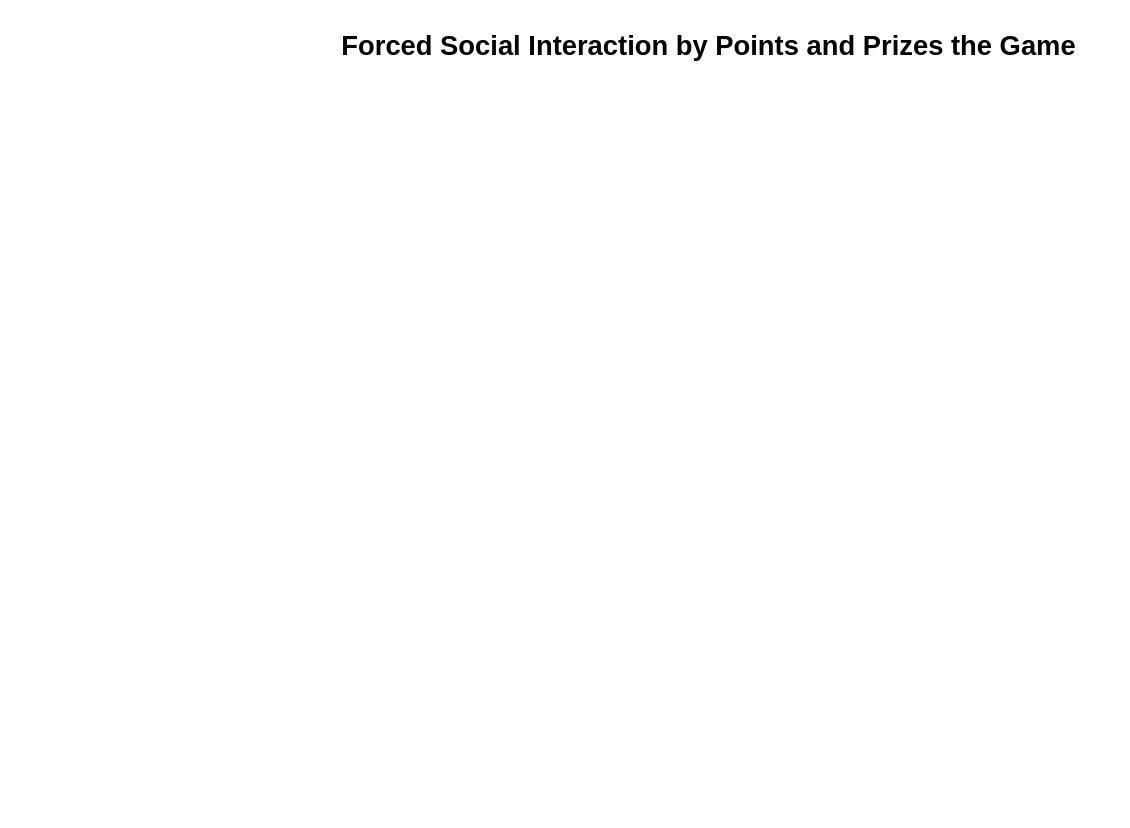
The draw.io diagram ER Diagram.drawio in austin-alberd/Conference-Badge-Scan-Webapp, before the edit. Source tidied: cells renumbered, new cells numbered last; positions are measured from the earlier drawing's top-left corner, leaving out a move shared by most shapes. Both pictures are drawn from the tidied source at 144%, with x=0, y=0 at pixel (312, 24).
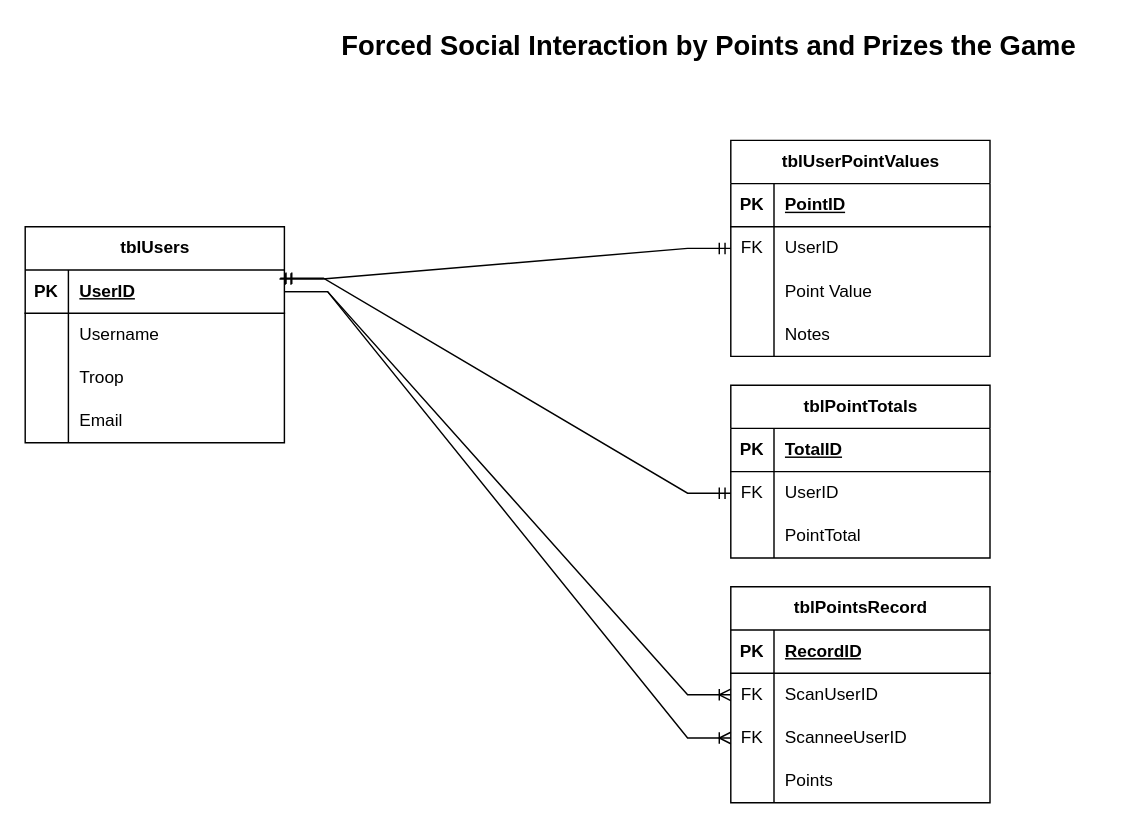
Above is the later version.

Change to the diagram source:
```diff
@@
+    <mxCell id="3" value="tblUsers" style="shape=table;startSize=30;childLayout=tableLayout;rowLines=0;fontStyle=1;align=center;html=1;" parent="1" vertex="1">
+      <mxGeometry x="-200" y="140" width="180" height="150" as="geometry" />
+    </mxCell>
+    <mxCell id="4" style="shape=tableRow;horizontal=0;startSize=0;swimlaneHead=0;swimlaneBody=0;fillColor=none;points=[[0,0.5],[1,0.5]];portConstraint=eastwest;top=0;left=0;right=0;bottom=1;" parent="3" vertex="1">
+      <mxGeometry y="30" width="180" height="30" as="geometry" />
+    </mxCell>
+    <mxCell id="5" value="PK" style="shape=partialRectangle;fillColor=none;top=0;left=0;bottom=0;right=0;fontStyle=1;overflow=hidden;whiteSpace=wrap;html=1;" parent="4" vertex="1">
+      <mxGeometry width="30" height="30" as="geometry" />
+    </mxCell>
+    <mxCell id="6" value="UserID" style="shape=partialRectangle;fillColor=none;top=0;left=0;bottom=0;right=0;align=left;spacingLeft=6;fontStyle=5;overflow=hidden;whiteSpace=wrap;html=1;" parent="4" vertex="1">
+      <mxGeometry x="30" width="150" height="30" as="geometry" />
+    </mxCell>
+    <mxCell id="7" style="shape=tableRow;horizontal=0;startSize=0;swimlaneHead=0;swimlaneBody=0;fillColor=none;top=0;left=0;right=0;bottom=0;" parent="3" vertex="1">
+      <mxGeometry y="60" width="180" height="30" as="geometry" />
+    </mxCell>
+    <mxCell id="8" style="shape=partialRectangle;fillColor=none;top=0;left=0;bottom=0;right=0;overflow=hidden;whiteSpace=wrap;html=1;" parent="7" vertex="1">
+      <mxGeometry width="30" height="30" as="geometry" />
+    </mxCell>
+    <mxCell id="9" value="Username" style="shape=partialRectangle;fillColor=none;top=0;left=0;bottom=0;right=0;align=left;spacingLeft=6;overflow=hidden;whiteSpace=wrap;html=1;" parent="7" vertex="1">
+      <mxGeometry x="30" width="150" height="30" as="geometry" />
+    </mxCell>
+    <mxCell id="10" style="shape=tableRow;horizontal=0;startSize=0;swimlaneHead=0;swimlaneBody=0;fillColor=none;top=0;left=0;right=0;bottom=0;" parent="3" vertex="1">
+      <mxGeometry y="90" width="180" height="30" as="geometry" />
+    </mxCell>
+    <mxCell id="11" style="shape=partialRectangle;fillColor=none;top=0;left=0;bottom=0;right=0;overflow=hidden;whiteSpace=wrap;html=1;" parent="10" vertex="1">
+      <mxGeometry width="30" height="30" as="geometry" />
+    </mxCell>
+    <mxCell id="12" value="Troop" style="shape=partialRectangle;fillColor=none;top=0;left=0;bottom=0;right=0;align=left;spacingLeft=6;overflow=hidden;whiteSpace=wrap;html=1;" parent="10" vertex="1">
+      <mxGeometry x="30" width="150" height="30" as="geometry" />
+    </mxCell>
+    <mxCell id="13" style="shape=tableRow;horizontal=0;startSize=0;swimlaneHead=0;swimlaneBody=0;fillColor=none;top=0;left=0;right=0;bottom=0;" parent="3" vertex="1">
+      <mxGeometry y="120" width="180" height="30" as="geometry" />
+    </mxCell>
+    <mxCell id="14" style="shape=partialRectangle;fillColor=none;top=0;left=0;bottom=0;right=0;overflow=hidden;whiteSpace=wrap;html=1;" parent="13" vertex="1">
+      <mxGeometry width="30" height="30" as="geometry" />
+    </mxCell>
+    <mxCell id="15" value="Email" style="shape=partialRectangle;fillColor=none;top=0;left=0;bottom=0;right=0;align=left;spacingLeft=6;overflow=hidden;whiteSpace=wrap;html=1;" parent="13" vertex="1">
+      <mxGeometry x="30" width="150" height="30" as="geometry" />
+    </mxCell>
+    <mxCell id="16" value="tblUserPointValues" style="shape=table;startSize=30;childLayout=tableLayout;rowLines=0;fontStyle=1;align=center;html=1;" parent="1" vertex="1">
+      <mxGeometry x="290" y="80" width="180" height="150" as="geometry" />
+    </mxCell>
+    <mxCell id="17" style="shape=tableRow;horizontal=0;startSize=0;swimlaneHead=0;swimlaneBody=0;fillColor=none;top=0;left=0;right=0;bottom=1;" parent="16" vertex="1">
+      <mxGeometry y="30" width="180" height="30" as="geometry" />
+    </mxCell>
+    <mxCell id="18" value="PK" style="shape=partialRectangle;fillColor=none;top=0;left=0;bottom=0;right=0;fontStyle=1;overflow=hidden;whiteSpace=wrap;html=1;" parent="17" vertex="1">
+      <mxGeometry width="30" height="30" as="geometry" />
+    </mxCell>
+    <mxCell id="19" value="PointID" style="shape=partialRectangle;fillColor=none;top=0;left=0;bottom=0;right=0;align=left;spacingLeft=6;fontStyle=5;overflow=hidden;whiteSpace=wrap;html=1;" parent="17" vertex="1">
+      <mxGeometry x="30" width="150" height="30" as="geometry" />
+    </mxCell>
+    <mxCell id="20" style="shape=tableRow;horizontal=0;startSize=0;swimlaneHead=0;swimlaneBody=0;fillColor=none;points=[[0,0.5],[1,0.5]];portConstraint=eastwest;top=0;left=0;right=0;bottom=0;" parent="16" vertex="1">
+      <mxGeometry y="60" width="180" height="30" as="geometry" />
+    </mxCell>
+    <mxCell id="21" value="FK" style="shape=partialRectangle;fillColor=none;top=0;left=0;bottom=0;right=0;overflow=hidden;whiteSpace=wrap;html=1;" parent="20" vertex="1">
+      <mxGeometry width="30" height="30" as="geometry" />
+    </mxCell>
+    <mxCell id="22" value="UserID" style="shape=partialRectangle;fillColor=none;top=0;left=0;bottom=0;right=0;align=left;spacingLeft=6;overflow=hidden;whiteSpace=wrap;html=1;" parent="20" vertex="1">
+      <mxGeometry x="30" width="150" height="30" as="geometry" />
+    </mxCell>
+    <mxCell id="23" style="shape=tableRow;horizontal=0;startSize=0;swimlaneHead=0;swimlaneBody=0;fillColor=none;top=0;left=0;right=0;bottom=0;" parent="16" vertex="1">
+      <mxGeometry y="90" width="180" height="30" as="geometry" />
+    </mxCell>
+    <mxCell id="24" style="shape=partialRectangle;fillColor=none;top=0;left=0;bottom=0;right=0;overflow=hidden;whiteSpace=wrap;html=1;" parent="23" vertex="1">
+      <mxGeometry width="30" height="30" as="geometry" />
+    </mxCell>
+    <mxCell id="25" value="Point Value" style="shape=partialRectangle;fillColor=none;top=0;left=0;bottom=0;right=0;align=left;spacingLeft=6;overflow=hidden;whiteSpace=wrap;html=1;" parent="23" vertex="1">
+      <mxGeometry x="30" width="150" height="30" as="geometry" />
+    </mxCell>
+    <mxCell id="26" style="shape=tableRow;horizontal=0;startSize=0;swimlaneHead=0;swimlaneBody=0;fillColor=none;top=0;left=0;right=0;bottom=0;" parent="16" vertex="1">
+      <mxGeometry y="120" width="180" height="30" as="geometry" />
+    </mxCell>
+    <mxCell id="27" style="shape=partialRectangle;fillColor=none;top=0;left=0;bottom=0;right=0;overflow=hidden;whiteSpace=wrap;html=1;" parent="26" vertex="1">
+      <mxGeometry width="30" height="30" as="geometry" />
+    </mxCell>
+    <mxCell id="28" value="Notes" style="shape=partialRectangle;fillColor=none;top=0;left=0;bottom=0;right=0;align=left;spacingLeft=6;overflow=hidden;whiteSpace=wrap;html=1;" parent="26" vertex="1">
+      <mxGeometry x="30" width="150" height="30" as="geometry" />
+    </mxCell>
+    <mxCell id="29" value="tblPointTotals" style="shape=table;startSize=30;childLayout=tableLayout;rowLines=0;fontStyle=1;align=center;html=1;" parent="1" vertex="1">
+      <mxGeometry x="290" y="250" width="180" height="120" as="geometry" />
+    </mxCell>
+    <mxCell id="30" style="shape=tableRow;horizontal=0;startSize=0;swimlaneHead=0;swimlaneBody=0;fillColor=none;top=0;left=0;right=0;bottom=1;" parent="29" vertex="1">
+      <mxGeometry y="30" width="180" height="30" as="geometry" />
+    </mxCell>
+    <mxCell id="31" value="PK" style="shape=partialRectangle;fillColor=none;top=0;left=0;bottom=0;right=0;fontStyle=1;overflow=hidden;whiteSpace=wrap;html=1;" parent="30" vertex="1">
+      <mxGeometry width="30" height="30" as="geometry" />
+    </mxCell>
+    <mxCell id="32" value="TotalID" style="shape=partialRectangle;fillColor=none;top=0;left=0;bottom=0;right=0;align=left;spacingLeft=6;fontStyle=5;overflow=hidden;whiteSpace=wrap;html=1;" parent="30" vertex="1">
+      <mxGeometry x="30" width="150" height="30" as="geometry" />
+    </mxCell>
+    <mxCell id="33" style="shape=tableRow;horizontal=0;startSize=0;swimlaneHead=0;swimlaneBody=0;fillColor=none;points=[[0,0.5],[1,0.5]];portConstraint=eastwest;top=0;left=0;right=0;bottom=0;" parent="29" vertex="1">
+      <mxGeometry y="60" width="180" height="30" as="geometry" />
+    </mxCell>
+    <mxCell id="34" value="FK" style="shape=partialRectangle;fillColor=none;top=0;left=0;bottom=0;right=0;overflow=hidden;whiteSpace=wrap;html=1;" parent="33" vertex="1">
+      <mxGeometry width="30" height="30" as="geometry" />
+    </mxCell>
+    <mxCell id="35" value="UserID" style="shape=partialRectangle;fillColor=none;top=0;left=0;bottom=0;right=0;align=left;spacingLeft=6;overflow=hidden;whiteSpace=wrap;html=1;" parent="33" vertex="1">
+      <mxGeometry x="30" width="150" height="30" as="geometry" />
+    </mxCell>
+    <mxCell id="36" style="shape=tableRow;horizontal=0;startSize=0;swimlaneHead=0;swimlaneBody=0;fillColor=none;top=0;left=0;right=0;bottom=0;" parent="29" vertex="1">
+      <mxGeometry y="90" width="180" height="30" as="geometry" />
+    </mxCell>
+    <mxCell id="37" style="shape=partialRectangle;fillColor=none;top=0;left=0;bottom=0;right=0;overflow=hidden;whiteSpace=wrap;html=1;" parent="36" vertex="1">
+      <mxGeometry width="30" height="30" as="geometry" />
+    </mxCell>
+    <mxCell id="38" value="PointTotal" style="shape=partialRectangle;fillColor=none;top=0;left=0;bottom=0;right=0;align=left;spacingLeft=6;overflow=hidden;whiteSpace=wrap;html=1;" parent="36" vertex="1">
+      <mxGeometry x="30" width="150" height="30" as="geometry" />
+    </mxCell>
+    <mxCell id="39" value="tblPointsRecord" style="shape=table;startSize=30;childLayout=tableLayout;rowLines=0;fontStyle=1;align=center;html=1;" parent="1" vertex="1">
+      <mxGeometry x="290" y="390" width="180" height="150" as="geometry" />
+    </mxCell>
+    <mxCell id="40" style="shape=tableRow;horizontal=0;startSize=0;swimlaneHead=0;swimlaneBody=0;fillColor=none;top=0;left=0;right=0;bottom=1;" parent="39" vertex="1">
+      <mxGeometry y="30" width="180" height="30" as="geometry" />
+    </mxCell>
+    <mxCell id="41" value="PK" style="shape=partialRectangle;fillColor=none;top=0;left=0;bottom=0;right=0;fontStyle=1;overflow=hidden;whiteSpace=wrap;html=1;" parent="40" vertex="1">
+      <mxGeometry width="30" height="30" as="geometry" />
+    </mxCell>
+    <mxCell id="42" value="RecordID" style="shape=partialRectangle;fillColor=none;top=0;left=0;bottom=0;right=0;align=left;spacingLeft=6;fontStyle=5;overflow=hidden;whiteSpace=wrap;html=1;" parent="40" vertex="1">
+      <mxGeometry x="30" width="150" height="30" as="geometry" />
+    </mxCell>
+    <mxCell id="43" style="shape=tableRow;horizontal=0;startSize=0;swimlaneHead=0;swimlaneBody=0;fillColor=none;points=[[0,0.5],[1,0.5]];portConstraint=eastwest;top=0;left=0;right=0;bottom=0;" parent="39" vertex="1">
+      <mxGeometry y="60" width="180" height="30" as="geometry" />
+    </mxCell>
+    <mxCell id="44" value="FK" style="shape=partialRectangle;fillColor=none;top=0;left=0;bottom=0;right=0;overflow=hidden;whiteSpace=wrap;html=1;" parent="43" vertex="1">
+      <mxGeometry width="30" height="30" as="geometry" />
+    </mxCell>
+    <mxCell id="45" value="ScanUserID" style="shape=partialRectangle;fillColor=none;top=0;left=0;bottom=0;right=0;align=left;spacingLeft=6;overflow=hidden;whiteSpace=wrap;html=1;" parent="43" vertex="1">
+      <mxGeometry x="30" width="150" height="30" as="geometry" />
+    </mxCell>
+    <mxCell id="46" style="shape=tableRow;horizontal=0;startSize=0;swimlaneHead=0;swimlaneBody=0;fillColor=none;points=[[0,0.5],[1,0.5]];portConstraint=eastwest;top=0;left=0;right=0;bottom=0;" parent="39" vertex="1">
+      <mxGeometry y="90" width="180" height="30" as="geometry" />
+    </mxCell>
+    <mxCell id="47" value="FK" style="shape=partialRectangle;fillColor=none;top=0;left=0;bottom=0;right=0;overflow=hidden;whiteSpace=wrap;html=1;" parent="46" vertex="1">
+      <mxGeometry width="30" height="30" as="geometry" />
+    </mxCell>
+    <mxCell id="48" value="ScanneeUserID" style="shape=partialRectangle;fillColor=none;top=0;left=0;bottom=0;right=0;align=left;spacingLeft=6;overflow=hidden;whiteSpace=wrap;html=1;" parent="46" vertex="1">
+      <mxGeometry x="30" width="150" height="30" as="geometry" />
+    </mxCell>
+    <mxCell id="49" style="shape=tableRow;horizontal=0;startSize=0;swimlaneHead=0;swimlaneBody=0;fillColor=none;top=0;left=0;right=0;bottom=0;" parent="39" vertex="1">
+      <mxGeometry y="120" width="180" height="30" as="geometry" />
+    </mxCell>
+    <mxCell id="50" style="shape=partialRectangle;fillColor=none;top=0;left=0;bottom=0;right=0;overflow=hidden;whiteSpace=wrap;html=1;" parent="49" vertex="1">
+      <mxGeometry width="30" height="30" as="geometry" />
+    </mxCell>
+    <mxCell id="51" value="Points" style="shape=partialRectangle;fillColor=none;top=0;left=0;bottom=0;right=0;align=left;spacingLeft=6;overflow=hidden;whiteSpace=wrap;html=1;" parent="49" vertex="1">
+      <mxGeometry x="30" width="150" height="30" as="geometry" />
+    </mxCell>
+    <mxCell id="52" style="edgeStyle=entityRelationEdgeStyle;fontSize=12;html=1;endArrow=ERoneToMany;rounded=0;exitX=1;exitY=0.5;exitDx=0;exitDy=0;entryX=0;entryY=0.5;entryDx=0;entryDy=0;" parent="1" edge="1" source="4" target="43">
+      <mxGeometry relative="1" as="geometry">
+        <Array as="points">
+          <mxPoint x="90" y="130" />
+        </Array>
+      </mxGeometry>
+    </mxCell>
+    <mxCell id="53" style="edgeStyle=entityRelationEdgeStyle;fontSize=12;html=1;endArrow=ERoneToMany;rounded=0;exitX=1;exitY=0.5;exitDx=0;exitDy=0;entryX=0;entryY=0.5;entryDx=0;entryDy=0;" parent="1" edge="1" source="4" target="46">
+      <mxGeometry relative="1" as="geometry">
+        <Array as="points">
+          <mxPoint x="120" y="270" />
+        </Array>
+      </mxGeometry>
+    </mxCell>
+    <mxCell id="54" style="edgeStyle=entityRelationEdgeStyle;fontSize=12;html=1;endArrow=ERmandOne;startArrow=ERmandOne;rounded=0;exitX=0.981;exitY=0.207;exitDx=0;exitDy=0;exitPerimeter=0;entryX=0;entryY=0.5;entryDx=0;entryDy=0;" parent="1" edge="1" source="4" target="20">
+      <mxGeometry relative="1" as="geometry" />
+    </mxCell>
+    <mxCell id="55" style="edgeStyle=entityRelationEdgeStyle;fontSize=12;html=1;endArrow=ERmandOne;startArrow=ERmandOne;rounded=0;entryX=0;entryY=0.5;entryDx=0;entryDy=0;exitX=0.984;exitY=0.191;exitDx=0;exitDy=0;exitPerimeter=0;" parent="1" edge="1" source="4" target="33">
+      <mxGeometry relative="1" as="geometry" />
+    </mxCell>
```
